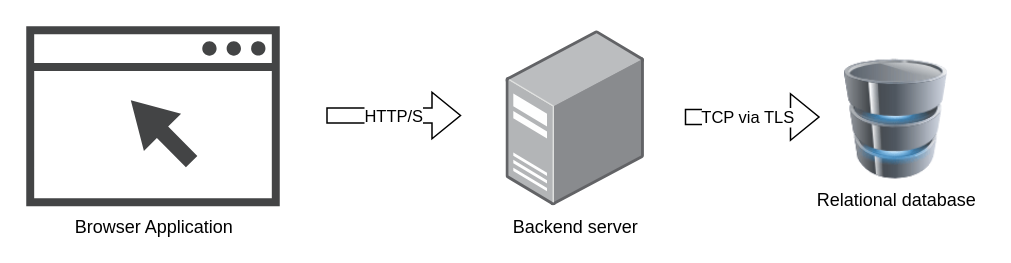
kijko/fed keeps this draw.io diagram as docs/arch-overview(1).drawio. Above is the earlier version. Source tidied: cells renumbered, new cells numbered last; positions are measured from the earlier drawing's top-left corner, leaving out a move shared by most shapes. Both pictures are drawn from the tidied source at 150%, with x=0, y=0 at pixel (26, 26).
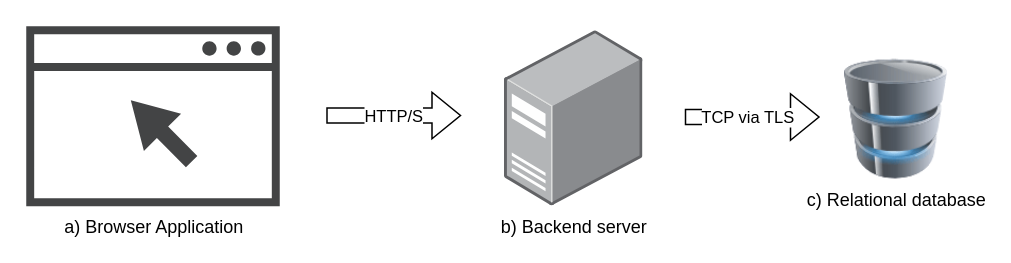
The same diagram, later.

Commit message (it also covers changes not shown here):
update arch overview

Change to the diagram source:
```diff
@@
 <mxGraphModel>
   <root>
     <mxCell id="0" />
     <mxCell id="1" parent="0" />
-    <mxCell id="2" value="Browser Application" style="sketch=0;shadow=0;dashed=0;html=1;strokeColor=none;fillColor=#434445;labelPosition=center;verticalLabelPosition=bottom;verticalAlign=top;align=center;shape=mxgraph.vvd.web_browser;" parent="1" vertex="1">
+    <mxCell id="2" value="a) Browser Application" style="sketch=0;shadow=0;dashed=0;html=1;strokeColor=none;fillColor=#434445;labelPosition=center;verticalLabelPosition=bottom;verticalAlign=top;align=center;shape=mxgraph.vvd.web_browser;" parent="1" vertex="1">
       <mxGeometry width="169" height="120" as="geometry" />
     </mxCell>
-    <mxCell id="3" value="Backend server" style="image;html=1;align=center;shadow=0;dashed=0;image=img/lib/allied_telesis/computer_and_terminals/Server_Desktop.svg;" parent="1" vertex="1">
-      <mxGeometry x="320" y="3" width="92.3" height="117" as="geometry" />
+    <mxCell id="3" value="b) Backend server" style="image;html=1;align=center;shadow=0;dashed=0;image=img/lib/allied_telesis/computer_and_terminals/Server_Desktop.svg;" parent="1" vertex="1">
+      <mxGeometry x="319" y="3" width="92.3" height="117" as="geometry" />
     </mxCell>
-    <mxCell id="4" value="Relational database" style="image;html=1;image=img/lib/clip_art/computers/Database_128x128.png;" parent="1" vertex="1">
+    <mxCell id="4" value="c) Relational database" style="image;html=1;image=img/lib/clip_art/computers/Database_128x128.png;" parent="1" vertex="1">
       <mxGeometry x="540" y="22" width="80" height="80" as="geometry" />
     </mxCell>
     <mxCell id="5" value="HTTP/S" style="shape=flexArrow;endArrow=classic;html=1;rounded=0;" parent="1" edge="1">
       <mxGeometry relative="1" as="geometry">
         <mxPoint x="200" y="59.5" as="sourcePoint" />
         <mxPoint x="290" y="59.5" as="targetPoint" />
       </mxGeometry>
     </mxCell>
     <mxCell id="6" style="shape=flexArrow;endArrow=classic;html=1;rounded=0;" parent="1" edge="1">
       <mxGeometry relative="1" as="geometry">
         <mxPoint x="439" y="60.5" as="sourcePoint" />
         <mxPoint x="529" y="60.5" as="targetPoint" />
       </mxGeometry>
     </mxCell>
     <mxCell id="7" value="TCP via TLS" style="edgeLabel;html=1;align=center;verticalAlign=middle;" parent="6" vertex="1">
       <mxGeometry x="-0.09" y="1" relative="1" as="geometry">
         <mxPoint y="1" as="offset" />
       </mxGeometry>
     </mxCell>
   </root>
 </mxGraphModel>
```
